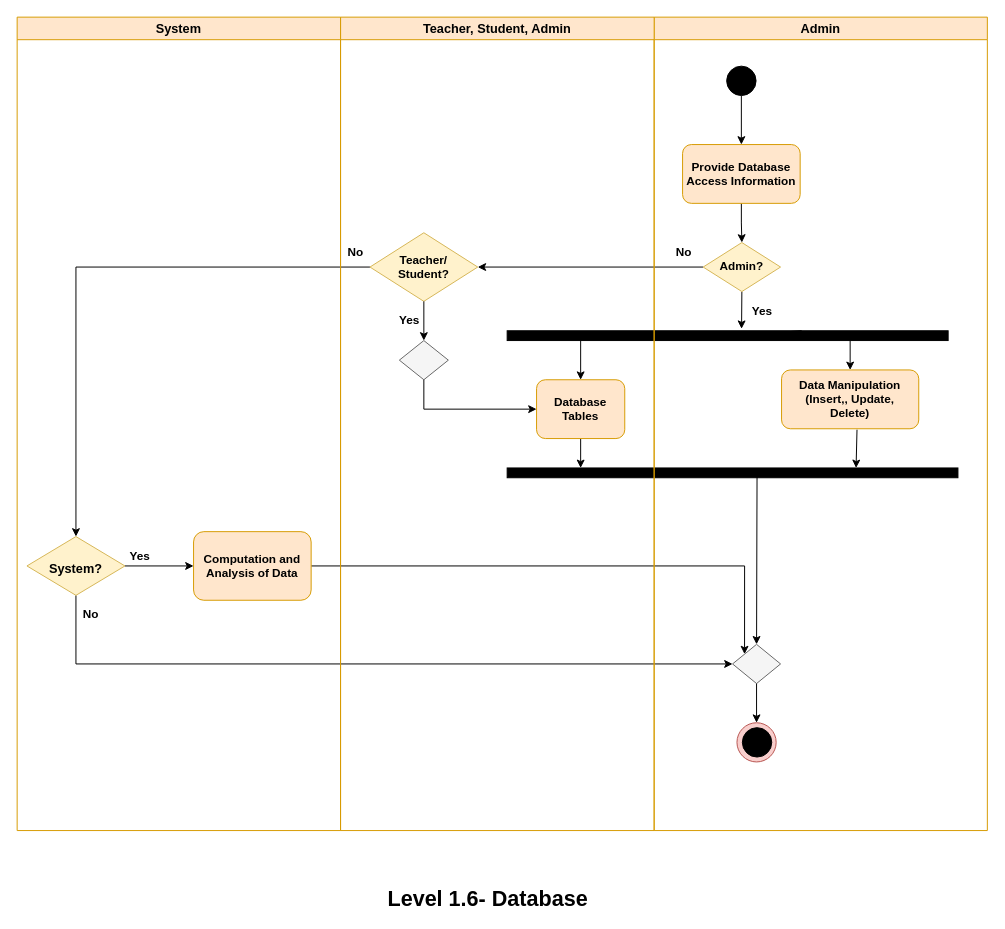
Before: page "Swimlane 1.6" (31 of 40) of Diagrams.drawio in shirrsho/E-shcool, a draw.io diagram. Source tidied: cells renumbered, new cells numbered last; positions are measured from the earlier drawing's top-left corner, leaving out a move shared by most shapes. Both pictures are drawn from the tidied source at 98%, with x=0, y=0 at pixel (17, 17).
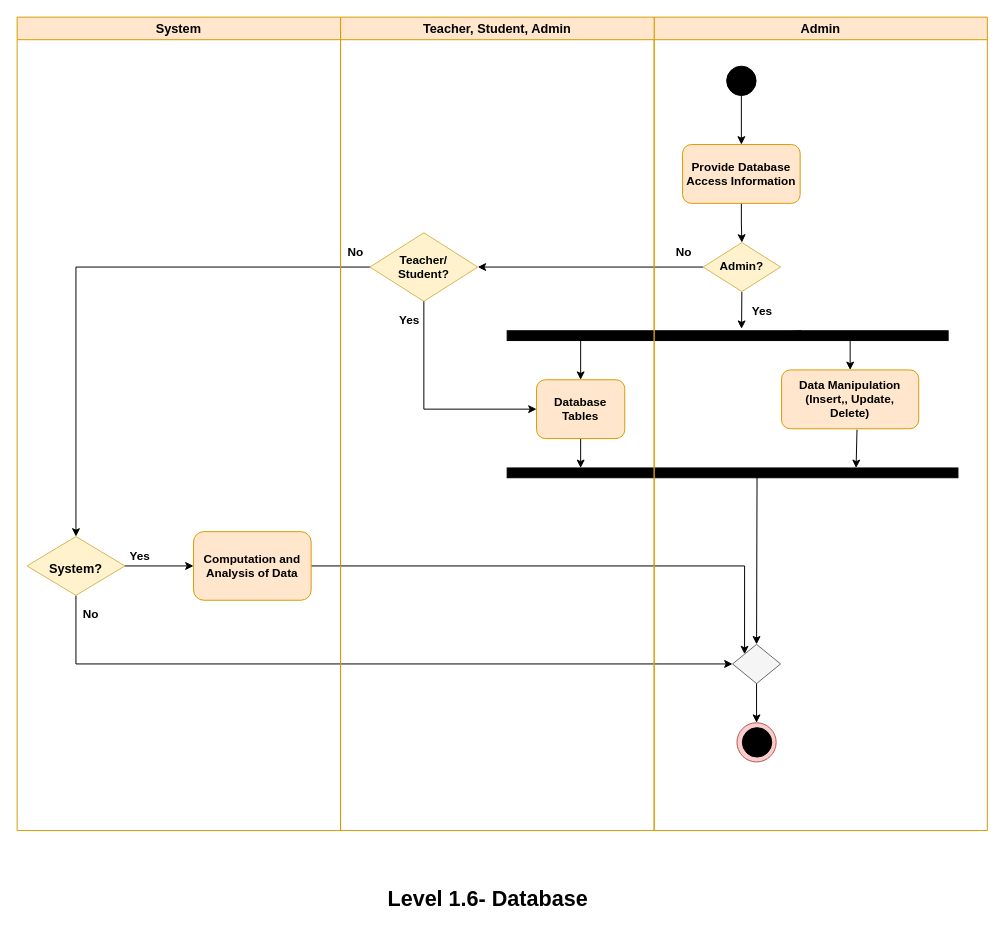
The same diagram, later.

Unchanged cells that the change refers to:
```xml
<mxCell id="29" value="Teacher, Student, Admin" style="swimlane;fontSize=13;strokeColor=#d79b00;fillColor=#ffe6cc;startSize=23;" parent="1" vertex="1">
  <mxGeometry x="330" width="320" height="830" as="geometry" />
</mxCell>
<mxCell id="30" value="&lt;b&gt;Teacher/&lt;br&gt;Student?&lt;/b&gt;" style="rhombus;whiteSpace=wrap;html=1;fillColor=#fff2cc;strokeColor=#d6b656;" parent="29" vertex="1">
  <mxGeometry x="30" y="220" width="110" height="70" as="geometry" />
</mxCell>
<mxCell id="35" value="&lt;b&gt;Database Tables&lt;/b&gt;" style="rounded=1;whiteSpace=wrap;html=1;fillColor=#ffe6cc;strokeColor=#d79b00;" parent="29" vertex="1">
  <mxGeometry x="200" y="370" width="90" height="60" as="geometry" />
</mxCell>
```

Diff of the diagram source:
```diff
@@
-    <mxCell id="31" style="rhombus;whiteSpace=wrap;html=1;fillColor=#f5f5f5;fontColor=#333333;strokeColor=#666666;" parent="29" vertex="1">
-      <mxGeometry x="60" y="330" width="50" height="40" as="geometry" />
-    </mxCell>
-    <mxCell id="32" style="edgeStyle=orthogonalEdgeStyle;rounded=0;jettySize=auto;html=1;exitX=0.5;exitY=1;exitDx=0;exitDy=0;entryX=0.5;entryY=0;entryDx=0;entryDy=0;" parent="29" edge="1" source="30" target="31">
+    <mxCell id="32" style="edgeStyle=orthogonalEdgeStyle;rounded=0;jettySize=auto;html=1;exitX=0.5;exitY=1;exitDx=0;exitDy=0;entryX=0;entryY=0.5;entryDx=0;entryDy=0;" parent="29" edge="1" source="30" target="35">
       <mxGeometry relative="1" as="geometry" />
     </mxCell>
@@
-    <mxCell id="37" style="edgeStyle=orthogonalEdgeStyle;rounded=0;jettySize=auto;html=1;exitX=0.5;exitY=1;exitDx=0;exitDy=0;entryX=0;entryY=0.5;entryDx=0;entryDy=0;fontSize=20;" parent="29" edge="1" source="31" target="35">
-      <mxGeometry relative="1" as="geometry" />
-    </mxCell>
```
